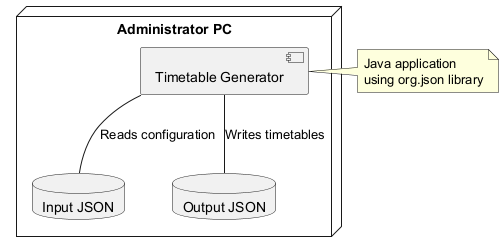
Above: Deployement.png in BhaveshSabharwal/JAVA-and-DSA-Sem-end-Project (PlantUML), before the change.
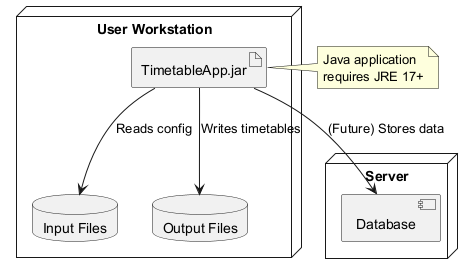
The same diagram one commit later.

What changed in the source:
```diff
@@ -1,12 +1,20 @@
 @startuml
-node "Administrator PC" {
-  component "Timetable Generator" as generator
-  database "Input JSON" as input
-  database "Output JSON" as output
+node "User Workstation" {
+    artifact "TimetableApp.jar" as app
+    database "Input Files" as inputs
+    database "Output Files" as outputs
 }
 
-generator -- input : Reads configuration
-generator -- output : Writes timetables
+node "Server" {
+    component "Database" as db
+}
 
-note right of generator: Java application\nusing org.json library
+app --> inputs : Reads config
+app --> outputs : Writes timetables
+app --> db : (Future) Stores data
+
+note right of app
+    Java application
+    requires JRE 17+
+end note
 @enduml
```
